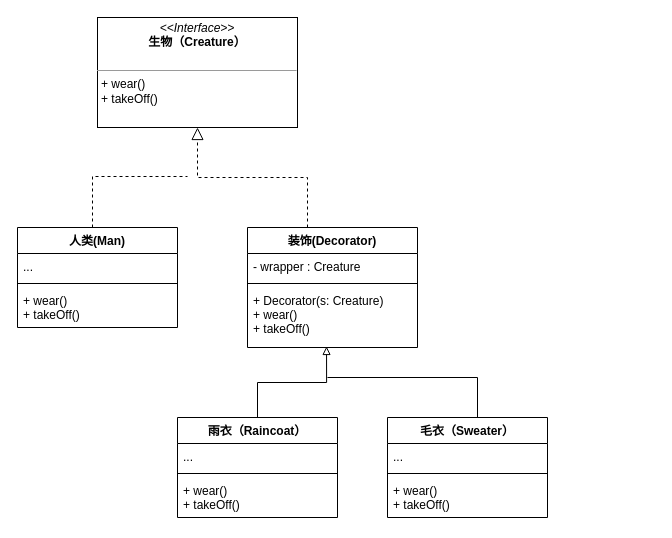
Xrtero/design_pattern keeps this draw.io diagram as Decorator.drawio. Above is the earlier version. Source tidied: cells renumbered, new cells numbered last; positions are measured from the earlier drawing's top-left corner, leaving out a move shared by most shapes. Both pictures are drawn from the tidied source at 100%, with x=0, y=0 at pixel (17, 17).
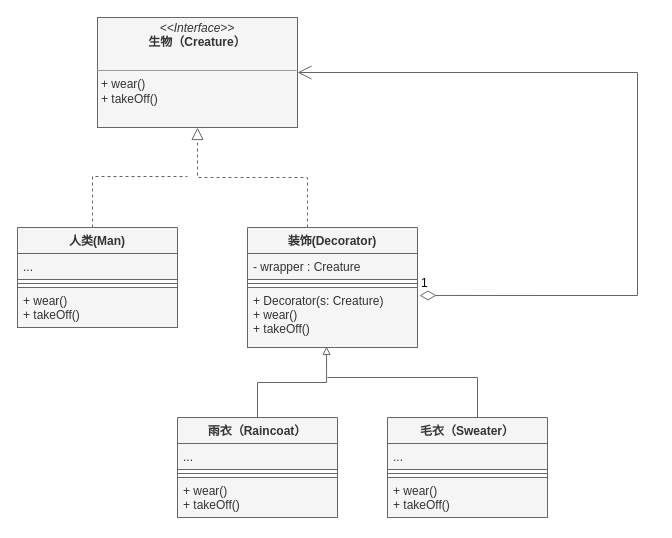
The same page after the edit.

The edit, as a diff of the source:
```diff
@@
-    <mxCell id="2" style="endArrow=none;endSize=10;endFill=0;shadow=0;strokeWidth=1;rounded=0;edgeStyle=elbowEdgeStyle;elbow=vertical;dashed=1;exitX=0.5;exitY=0;exitDx=0;exitDy=0;labelBorderColor=none;" parent="1" edge="1">
+    <mxCell id="2" style="endArrow=none;endSize=10;endFill=0;shadow=0;strokeWidth=1;rounded=0;edgeStyle=elbowEdgeStyle;elbow=vertical;dashed=1;exitX=0.5;exitY=0;exitDx=0;exitDy=0;labelBorderColor=none;fillColor=#f5f5f5;strokeColor=#666666;" parent="1" edge="1">
       <mxGeometry relative="1" as="geometry">
         <mxPoint x="75" y="210" as="sourcePoint" />
         <mxPoint x="170" y="159" as="targetPoint" />
         <Array as="points">
           <mxPoint x="110" y="159" />
         </Array>
       </mxGeometry>
     </mxCell>
-    <mxCell id="3" style="endArrow=block;endSize=10;endFill=0;shadow=0;strokeWidth=1;rounded=0;edgeStyle=elbowEdgeStyle;elbow=vertical;dashed=1;entryX=0.5;entryY=1;entryDx=0;entryDy=0;labelBorderColor=none;" parent="1" edge="1" target="4">
+    <mxCell id="3" style="endArrow=block;endSize=10;endFill=0;shadow=0;strokeWidth=1;rounded=0;edgeStyle=elbowEdgeStyle;elbow=vertical;dashed=1;entryX=0.5;entryY=1;entryDx=0;entryDy=0;labelBorderColor=none;fillColor=#f5f5f5;strokeColor=#666666;" parent="1" edge="1" target="4">
       <mxGeometry relative="1" as="geometry">
         <mxPoint x="290" y="210" as="sourcePoint" />
       </mxGeometry>
     </mxCell>
-    <mxCell id="4" value="&lt;p style=&quot;margin: 0px ; margin-top: 4px ; text-align: center&quot;&gt;&lt;i&gt;&amp;lt;&amp;lt;Interface&amp;gt;&amp;gt;&lt;/i&gt;&lt;br&gt;&lt;b&gt;生物（Creature）&lt;/b&gt;&lt;/p&gt;&lt;p style=&quot;margin: 0px ; margin-left: 4px&quot;&gt;&lt;br&gt;&lt;/p&gt;&lt;hr size=&quot;1&quot;&gt;&lt;p style=&quot;margin: 0px ; margin-left: 4px&quot;&gt;+ wear()&lt;br&gt;+ takeOff()&lt;/p&gt;" style="verticalAlign=top;align=left;overflow=fill;fontSize=12;fontFamily=Helvetica;html=1;rounded=0;shadow=0;startSize=26;strokeWidth=1;labelBorderColor=none;" parent="1" vertex="1">
+    <mxCell id="4" value="&lt;p style=&quot;margin: 0px ; margin-top: 4px ; text-align: center&quot;&gt;&lt;i&gt;&amp;lt;&amp;lt;Interface&amp;gt;&amp;gt;&lt;/i&gt;&lt;br&gt;&lt;b&gt;生物（Creature）&lt;/b&gt;&lt;/p&gt;&lt;p style=&quot;margin: 0px ; margin-left: 4px&quot;&gt;&lt;br&gt;&lt;/p&gt;&lt;hr size=&quot;1&quot;&gt;&lt;p style=&quot;margin: 0px ; margin-left: 4px&quot;&gt;+ wear()&lt;br&gt;+ takeOff()&lt;/p&gt;" style="verticalAlign=top;align=left;overflow=fill;fontSize=12;fontFamily=Helvetica;html=1;rounded=0;shadow=0;startSize=26;strokeWidth=1;labelBorderColor=none;fillColor=#f5f5f5;fontColor=#333333;strokeColor=#666666;" parent="1" vertex="1">
       <mxGeometry x="80" width="200" height="110" as="geometry" />
     </mxCell>
-    <mxCell id="5" value="装饰(Decorator)" style="swimlane;fontStyle=1;align=center;verticalAlign=top;horizontal=1;startSize=26;rounded=0;shadow=0;fontFamily=Helvetica;fontSize=12;fontColor=default;strokeColor=default;strokeWidth=1;fillColor=default;labelBorderColor=none;" parent="1" vertex="1">
+    <mxCell id="5" value="装饰(Decorator)" style="swimlane;fontStyle=1;align=center;verticalAlign=top;horizontal=1;startSize=26;rounded=0;shadow=0;fontFamily=Helvetica;fontSize=12;fontColor=#333333;strokeColor=#666666;strokeWidth=1;fillColor=#f5f5f5;labelBorderColor=none;" parent="1" vertex="1">
       <mxGeometry x="230" y="210" width="170" height="120" as="geometry" />
     </mxCell>
-    <mxCell id="6" value="- wrapper : Creature" style="text;strokeColor=none;fillColor=none;align=left;verticalAlign=top;spacingLeft=4;spacingRight=4;overflow=hidden;rounded=0;shadow=0;fontFamily=Helvetica;fontSize=12;fontColor=default;startSize=26;labelBorderColor=none;" parent="5" vertex="1">
+    <mxCell id="6" value="- wrapper : Creature" style="text;strokeColor=#666666;fillColor=#f5f5f5;align=left;verticalAlign=top;spacingLeft=4;spacingRight=4;overflow=hidden;rounded=0;shadow=0;fontFamily=Helvetica;fontSize=12;fontColor=#333333;startSize=26;labelBorderColor=none;" parent="5" vertex="1">
       <mxGeometry y="26" width="170" height="26" as="geometry" />
     </mxCell>
-    <mxCell id="7" style="line;strokeWidth=1;fillColor=none;align=left;verticalAlign=middle;spacingTop=-1;spacingLeft=3;spacingRight=3;labelPosition=right;rounded=0;shadow=0;fontFamily=Helvetica;fontSize=12;fontColor=default;startSize=26;labelBorderColor=none;" parent="5" vertex="1">
+    <mxCell id="7" style="line;strokeWidth=1;fillColor=#f5f5f5;align=left;verticalAlign=middle;spacingTop=-1;spacingLeft=3;spacingRight=3;labelPosition=right;rounded=0;shadow=0;fontFamily=Helvetica;fontSize=12;fontColor=#333333;startSize=26;labelBorderColor=none;strokeColor=#666666;" parent="5" vertex="1">
       <mxGeometry y="52" width="170" height="8" as="geometry" />
     </mxCell>
-    <mxCell id="8" value="+ Decorator(s: Creature)&#10;+ wear()&#10;+ takeOff()" style="text;strokeColor=none;fillColor=none;align=left;verticalAlign=top;spacingLeft=4;spacingRight=4;overflow=hidden;points=[[0,0.5],[1,0.5]];portConstraint=eastwest;rounded=0;shadow=0;fontFamily=Helvetica;fontSize=12;fontColor=default;startSize=26;labelBorderColor=none;" parent="5" vertex="1">
+    <mxCell id="8" value="+ Decorator(s: Creature)&#10;+ wear()&#10;+ takeOff()" style="text;strokeColor=#666666;fillColor=#f5f5f5;align=left;verticalAlign=top;spacingLeft=4;spacingRight=4;overflow=hidden;points=[[0,0.5],[1,0.5]];portConstraint=eastwest;rounded=0;shadow=0;fontFamily=Helvetica;fontSize=12;fontColor=#333333;startSize=26;labelBorderColor=none;" parent="5" vertex="1">
       <mxGeometry y="60" width="170" height="60" as="geometry" />
     </mxCell>
-    <mxCell id="9" value="人类(Man)" style="swimlane;fontStyle=1;align=center;verticalAlign=top;horizontal=1;startSize=26;rounded=0;shadow=0;fontFamily=Helvetica;fontSize=12;fontColor=default;strokeColor=default;strokeWidth=1;fillColor=default;labelBorderColor=none;" parent="1" vertex="1">
+    <mxCell id="9" value="人类(Man)" style="swimlane;fontStyle=1;align=center;verticalAlign=top;horizontal=1;startSize=26;rounded=0;shadow=0;fontFamily=Helvetica;fontSize=12;fontColor=#333333;strokeColor=#666666;strokeWidth=1;fillColor=#f5f5f5;labelBorderColor=none;" parent="1" vertex="1">
       <mxGeometry y="210" width="160" height="100" as="geometry" />
     </mxCell>
-    <mxCell id="10" value="..." style="text;strokeColor=none;fillColor=none;align=left;verticalAlign=top;spacingLeft=4;spacingRight=4;overflow=hidden;rounded=0;shadow=0;fontFamily=Helvetica;fontSize=12;fontColor=default;startSize=26;labelBorderColor=none;" parent="9" vertex="1">
+    <mxCell id="10" value="..." style="text;strokeColor=#666666;fillColor=#f5f5f5;align=left;verticalAlign=top;spacingLeft=4;spacingRight=4;overflow=hidden;rounded=0;shadow=0;fontFamily=Helvetica;fontSize=12;fontColor=#333333;startSize=26;labelBorderColor=none;" parent="9" vertex="1">
       <mxGeometry y="26" width="160" height="26" as="geometry" />
     </mxCell>
-    <mxCell id="11" style="line;strokeWidth=1;fillColor=none;align=left;verticalAlign=middle;spacingTop=-1;spacingLeft=3;spacingRight=3;labelPosition=right;rounded=0;shadow=0;fontFamily=Helvetica;fontSize=12;fontColor=default;startSize=26;labelBorderColor=none;" parent="9" vertex="1">
+    <mxCell id="11" style="line;strokeWidth=1;fillColor=#f5f5f5;align=left;verticalAlign=middle;spacingTop=-1;spacingLeft=3;spacingRight=3;labelPosition=right;rounded=0;shadow=0;fontFamily=Helvetica;fontSize=12;fontColor=#333333;startSize=26;labelBorderColor=none;strokeColor=#666666;" parent="9" vertex="1">
       <mxGeometry y="52" width="160" height="8" as="geometry" />
     </mxCell>
-    <mxCell id="12" value="+ wear()&#10;+ takeOff()" style="text;strokeColor=none;fillColor=none;align=left;verticalAlign=top;spacingLeft=4;spacingRight=4;overflow=hidden;rounded=0;shadow=0;fontFamily=Helvetica;fontSize=12;fontColor=default;startSize=26;labelBorderColor=none;" parent="9" vertex="1">
+    <mxCell id="12" value="+ wear()&#10;+ takeOff()" style="text;strokeColor=#666666;fillColor=#f5f5f5;align=left;verticalAlign=top;spacingLeft=4;spacingRight=4;overflow=hidden;rounded=0;shadow=0;fontFamily=Helvetica;fontSize=12;fontColor=#333333;startSize=26;labelBorderColor=none;" parent="9" vertex="1">
       <mxGeometry y="60" width="160" height="40" as="geometry" />
     </mxCell>
-    <mxCell id="13" style="edgeStyle=orthogonalEdgeStyle;rounded=0;jettySize=auto;html=1;entryX=0.465;entryY=0.983;entryDx=0;entryDy=0;entryPerimeter=0;fontFamily=Helvetica;fontSize=12;fontColor=default;endArrow=block;endFill=0;startSize=26;labelBorderColor=none;" parent="1" edge="1" source="14" target="8">
+    <mxCell id="13" style="edgeStyle=orthogonalEdgeStyle;rounded=0;jettySize=auto;html=1;entryX=0.465;entryY=0.983;entryDx=0;entryDy=0;entryPerimeter=0;fontFamily=Helvetica;fontSize=12;fontColor=default;endArrow=block;endFill=0;startSize=26;labelBorderColor=none;fillColor=#f5f5f5;strokeColor=#666666;" parent="1" edge="1" source="14" target="8">
       <mxGeometry relative="1" as="geometry" />
     </mxCell>
-    <mxCell id="14" value="雨衣（Raincoat）" style="swimlane;fontStyle=1;align=center;verticalAlign=top;horizontal=1;startSize=26;rounded=0;shadow=0;fontFamily=Helvetica;fontSize=12;fontColor=default;strokeColor=default;strokeWidth=1;fillColor=default;labelBorderColor=none;" parent="1" vertex="1">
+    <mxCell id="14" value="雨衣（Raincoat）" style="swimlane;fontStyle=1;align=center;verticalAlign=top;horizontal=1;startSize=26;rounded=0;shadow=0;fontFamily=Helvetica;fontSize=12;fontColor=#333333;strokeColor=#666666;strokeWidth=1;fillColor=#f5f5f5;labelBorderColor=none;" parent="1" vertex="1">
       <mxGeometry x="160" y="400" width="160" height="100" as="geometry" />
     </mxCell>
-    <mxCell id="15" value="..." style="text;strokeColor=none;fillColor=none;align=left;verticalAlign=top;spacingLeft=4;spacingRight=4;overflow=hidden;rounded=0;shadow=0;fontFamily=Helvetica;fontSize=12;fontColor=default;startSize=26;labelBorderColor=none;" parent="14" vertex="1">
+    <mxCell id="15" value="..." style="text;strokeColor=#666666;fillColor=#f5f5f5;align=left;verticalAlign=top;spacingLeft=4;spacingRight=4;overflow=hidden;rounded=0;shadow=0;fontFamily=Helvetica;fontSize=12;fontColor=#333333;startSize=26;labelBorderColor=none;" parent="14" vertex="1">
       <mxGeometry y="26" width="160" height="26" as="geometry" />
     </mxCell>
-    <mxCell id="16" style="line;strokeWidth=1;fillColor=none;align=left;verticalAlign=middle;spacingTop=-1;spacingLeft=3;spacingRight=3;labelPosition=right;rounded=0;shadow=0;fontFamily=Helvetica;fontSize=12;fontColor=default;startSize=26;labelBorderColor=none;" parent="14" vertex="1">
+    <mxCell id="16" style="line;strokeWidth=1;fillColor=#f5f5f5;align=left;verticalAlign=middle;spacingTop=-1;spacingLeft=3;spacingRight=3;labelPosition=right;rounded=0;shadow=0;fontFamily=Helvetica;fontSize=12;fontColor=#333333;startSize=26;labelBorderColor=none;strokeColor=#666666;" parent="14" vertex="1">
       <mxGeometry y="52" width="160" height="8" as="geometry" />
     </mxCell>
-    <mxCell id="17" value="+ wear()&#10;+ takeOff()" style="text;strokeColor=none;fillColor=none;align=left;verticalAlign=top;spacingLeft=4;spacingRight=4;overflow=hidden;rounded=0;shadow=0;fontFamily=Helvetica;fontSize=12;fontColor=default;startSize=26;labelBorderColor=none;" parent="14" vertex="1">
+    <mxCell id="17" value="+ wear()&#10;+ takeOff()" style="text;strokeColor=#666666;fillColor=#f5f5f5;align=left;verticalAlign=top;spacingLeft=4;spacingRight=4;overflow=hidden;rounded=0;shadow=0;fontFamily=Helvetica;fontSize=12;fontColor=#333333;startSize=26;labelBorderColor=none;" parent="14" vertex="1">
       <mxGeometry y="60" width="160" height="40" as="geometry" />
     </mxCell>
-    <mxCell id="18" style="edgeStyle=orthogonalEdgeStyle;rounded=0;jettySize=auto;html=1;fontFamily=Helvetica;fontSize=12;fontColor=default;endArrow=none;endFill=0;startSize=26;labelBorderColor=none;" parent="1" edge="1" source="19">
+    <mxCell id="18" style="edgeStyle=orthogonalEdgeStyle;rounded=0;jettySize=auto;html=1;fontFamily=Helvetica;fontSize=12;fontColor=default;endArrow=none;endFill=0;startSize=26;labelBorderColor=none;fillColor=#f5f5f5;strokeColor=#666666;" parent="1" edge="1" source="19">
       <mxGeometry relative="1" as="geometry">
         <mxPoint x="310" y="360" as="targetPoint" />
         <Array as="points">
           <mxPoint x="460" y="360" />
         </Array>
       </mxGeometry>
     </mxCell>
-    <mxCell id="19" value="毛衣（Sweater）" style="swimlane;fontStyle=1;align=center;verticalAlign=top;horizontal=1;startSize=26;rounded=0;shadow=0;fontFamily=Helvetica;fontSize=12;fontColor=default;strokeColor=default;strokeWidth=1;fillColor=default;labelBorderColor=none;" parent="1" vertex="1">
+    <mxCell id="19" value="毛衣（Sweater）" style="swimlane;fontStyle=1;align=center;verticalAlign=top;horizontal=1;startSize=26;rounded=0;shadow=0;fontFamily=Helvetica;fontSize=12;fontColor=#333333;strokeColor=#666666;strokeWidth=1;fillColor=#f5f5f5;labelBorderColor=none;" parent="1" vertex="1">
       <mxGeometry x="370" y="400" width="160" height="100" as="geometry" />
     </mxCell>
-    <mxCell id="20" value="..." style="text;strokeColor=none;fillColor=none;align=left;verticalAlign=top;spacingLeft=4;spacingRight=4;overflow=hidden;rounded=0;shadow=0;fontFamily=Helvetica;fontSize=12;fontColor=default;startSize=26;labelBorderColor=none;" parent="19" vertex="1">
+    <mxCell id="20" value="..." style="text;strokeColor=#666666;fillColor=#f5f5f5;align=left;verticalAlign=top;spacingLeft=4;spacingRight=4;overflow=hidden;rounded=0;shadow=0;fontFamily=Helvetica;fontSize=12;fontColor=#333333;startSize=26;labelBorderColor=none;" parent="19" vertex="1">
       <mxGeometry y="26" width="160" height="26" as="geometry" />
     </mxCell>
-    <mxCell id="21" style="line;strokeWidth=1;fillColor=none;align=left;verticalAlign=middle;spacingTop=-1;spacingLeft=3;spacingRight=3;labelPosition=right;rounded=0;shadow=0;fontFamily=Helvetica;fontSize=12;fontColor=default;startSize=26;labelBorderColor=none;" parent="19" vertex="1">
+    <mxCell id="21" style="line;strokeWidth=1;fillColor=#f5f5f5;align=left;verticalAlign=middle;spacingTop=-1;spacingLeft=3;spacingRight=3;labelPosition=right;rounded=0;shadow=0;fontFamily=Helvetica;fontSize=12;fontColor=#333333;startSize=26;labelBorderColor=none;strokeColor=#666666;" parent="19" vertex="1">
       <mxGeometry y="52" width="160" height="8" as="geometry" />
     </mxCell>
-    <mxCell id="22" value="+ wear()&#10;+ takeOff()" style="text;strokeColor=none;fillColor=none;align=left;verticalAlign=top;spacingLeft=4;spacingRight=4;overflow=hidden;rounded=0;shadow=0;fontFamily=Helvetica;fontSize=12;fontColor=default;startSize=26;labelBorderColor=none;" parent="19" vertex="1">
+    <mxCell id="22" value="+ wear()&#10;+ takeOff()" style="text;strokeColor=#666666;fillColor=#f5f5f5;align=left;verticalAlign=top;spacingLeft=4;spacingRight=4;overflow=hidden;rounded=0;shadow=0;fontFamily=Helvetica;fontSize=12;fontColor=#333333;startSize=26;labelBorderColor=none;" parent="19" vertex="1">
       <mxGeometry y="60" width="160" height="40" as="geometry" />
     </mxCell>
+    <mxCell id="23" value="1" style="endArrow=open;html=1;endSize=12;startArrow=diamondThin;startSize=14;startFill=0;edgeStyle=orthogonalEdgeStyle;align=left;verticalAlign=bottom;rounded=0;labelBackgroundColor=#FFFFFF;labelBorderColor=none;fontFamily=Helvetica;fontSize=12;fontColor=default;exitX=1.012;exitY=0.133;exitDx=0;exitDy=0;exitPerimeter=0;entryX=1;entryY=0.5;entryDx=0;entryDy=0;fillColor=#f5f5f5;strokeColor=#666666;" parent="1" edge="1" source="8" target="4">
+      <mxGeometry x="-1" y="3" relative="1" as="geometry">
+        <Array as="points">
+          <mxPoint x="620" y="278" />
+          <mxPoint x="620" y="55" />
+        </Array>
+      </mxGeometry>
+    </mxCell>
```
